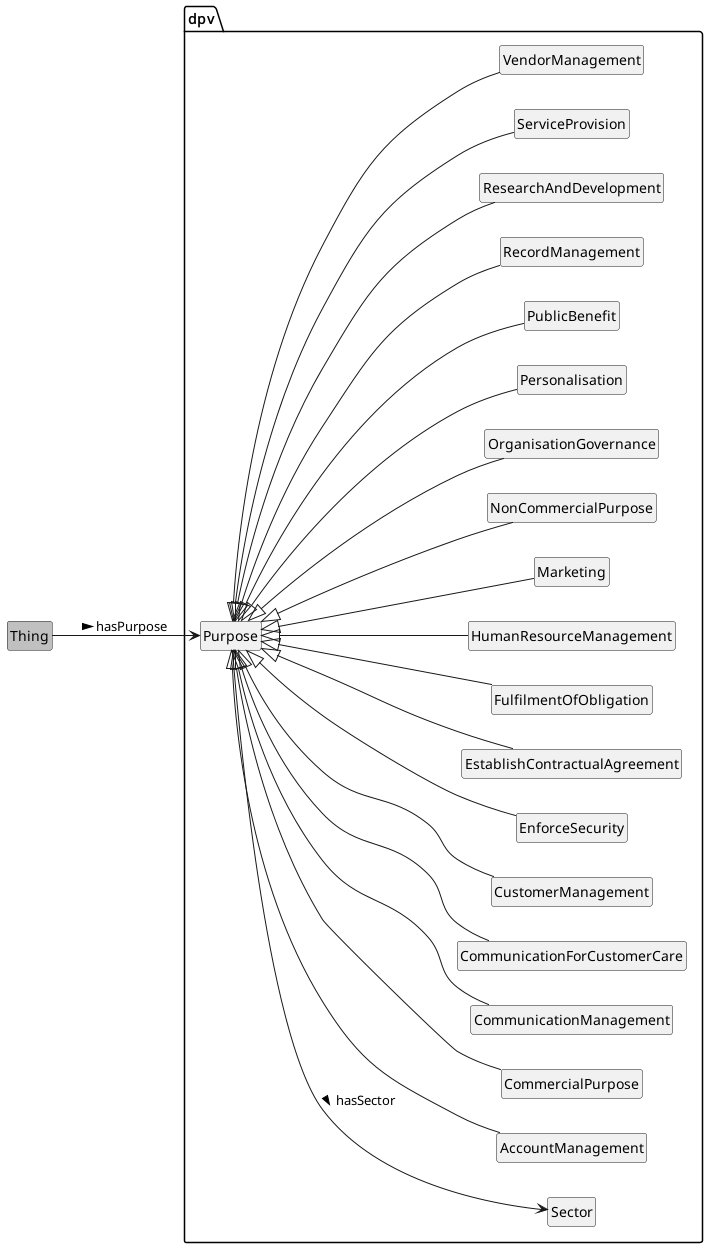
Before: media/purpose-2.png, a diagram exported from PlantUML (jeswr/dpv). The source it was exported from:
```plantuml
@startuml
!include style.plantuml
left to right direction

class Thing #silver
package dpv {
	class Purpose
	class Sector
	class AccountManagement
	class CommercialPurpose
	class CommunicationManagement
	class CommunicationForCustomerCare
	class CustomerManagement
	class EnforceSecurity
	class EstablishContractualAgreement
	class FulfilmentOfObligation
	class HumanResourceManagement
	class Marketing
	class NonCommercialPurpose
	class OrganisationGovernance
	class Personalisation
	class PublicBenefit
	class RecordManagement
	class ResearchAndDevelopment
	class ServiceProvision
	class VendorManagement
}
Thing --> Purpose : hasPurpose >
Purpose ---> Sector : hasSector >
Purpose <|--- AccountManagement
Purpose <|--- CommercialPurpose
Purpose <|--- CommunicationManagement
Purpose <|--- CommunicationForCustomerCare
Purpose <|--- CustomerManagement
Purpose <|--- EnforceSecurity
Purpose <|--- EstablishContractualAgreement
Purpose <|--- FulfilmentOfObligation
Purpose <|--- HumanResourceManagement
Purpose <|--- Marketing
Purpose <|--- NonCommercialPurpose
Purpose <|--- OrganisationGovernance
Purpose <|--- Personalisation
Purpose <|--- PublicBenefit
Purpose <|--- RecordManagement
Purpose <|--- ResearchAndDevelopment
Purpose <|--- ServiceProvision
Purpose <|--- VendorManagement



@enduml
```
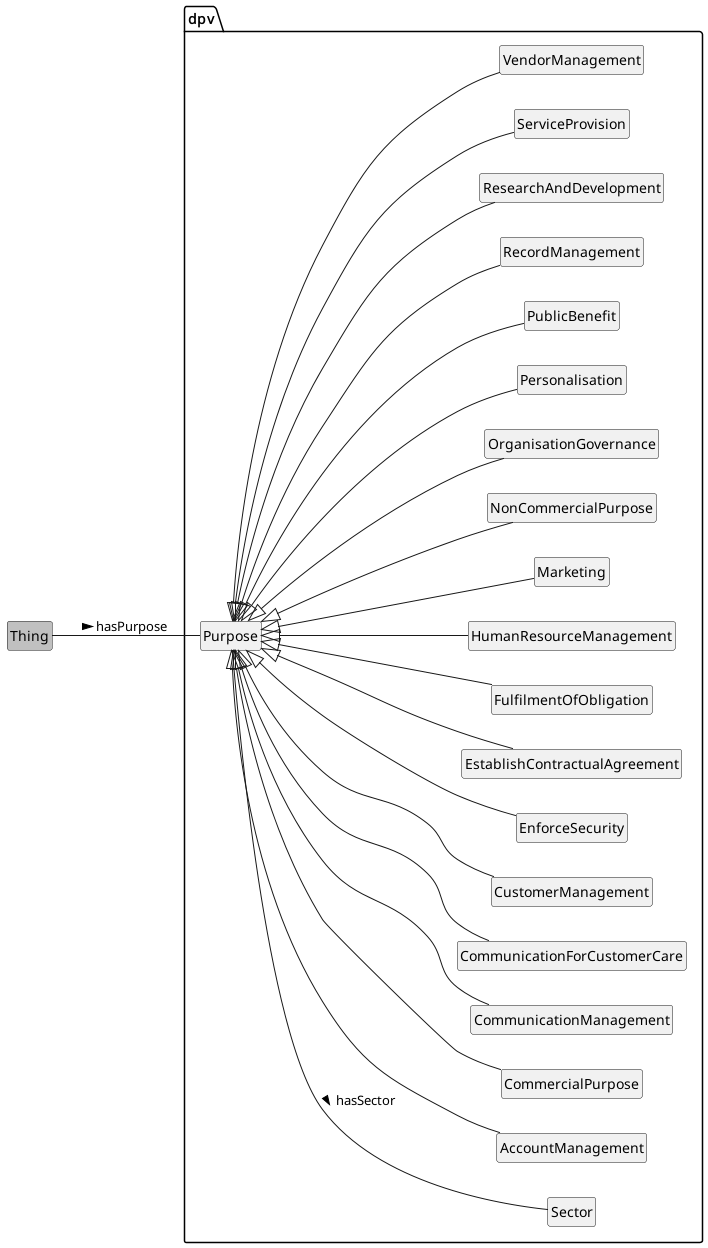
After the change.

Change to the diagram source:
```diff
@@ -25,8 +25,8 @@
 	class ServiceProvision
 	class VendorManagement
 }
-Thing --> Purpose : hasPurpose >
-Purpose ---> Sector : hasSector >
+Thing -- Purpose : hasPurpose >
+Purpose --- Sector : hasSector >
 Purpose <|--- AccountManagement
 Purpose <|--- CommercialPurpose
 Purpose <|--- CommunicationManagement
```
